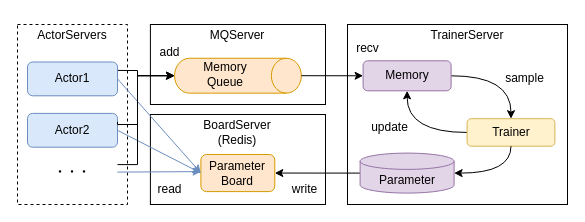
pocokhc/simple_distributed_rl keeps this draw.io diagram as page "distribution" (4 of 4) of diagrams/overview.drawio. Above is the earlier version. Source tidied: cells renumbered, new cells numbered last; positions are measured from the earlier drawing's top-left corner, leaving out a move shared by most shapes. Both pictures are drawn from the tidied source at 100%, with x=0, y=0 at pixel (17, 12).
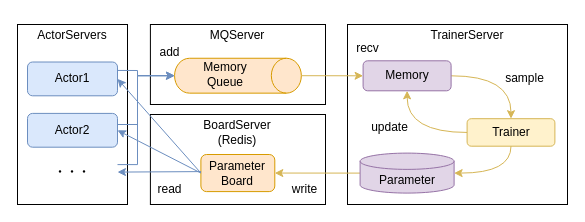
The same diagram, later.

Commit message (it also covers changes not shown here):
[diagrams] update: 微修正

The change refers to these unchanged cells:
```xml
<mxCell id="10" value="Parameter" style="shape=cylinder3;whiteSpace=wrap;html=1;boundedLbl=1;backgroundOutline=1;size=8.142857142857167;fillColor=#e1d5e7;strokeColor=#9673a6;" parent="1" vertex="1">
  <mxGeometry x="342.6" y="140.6" width="94" height="40" as="geometry" />
</mxCell>
<mxCell id="12" value="Memory" style="rounded=1;whiteSpace=wrap;html=1;fillColor=#e1d5e7;strokeColor=#9673a6;" parent="1" vertex="1">
  <mxGeometry x="345.6" y="48.3" width="88" height="30" as="geometry" />
</mxCell>
<mxCell id="13" value="Parameter&lt;br&gt;Board" style="rounded=1;whiteSpace=wrap;html=1;fillColor=#ffe6cc;strokeColor=#d79b00;" parent="1" vertex="1">
  <mxGeometry x="183.4" y="142" width="73.9" height="37.1" as="geometry" />
</mxCell>
<mxCell id="15" style="shape=cylinder3;whiteSpace=wrap;html=1;boundedLbl=1;backgroundOutline=1;size=15;rotation=90;fillColor=#ffe6cc;strokeColor=#d79b00;" parent="14" vertex="1">
  <mxGeometry x="46" y="-55.1" width="34.9" height="126.8" as="geometry" />
</mxCell>
<mxCell id="19" value="Actor1" style="rounded=1;whiteSpace=wrap;html=1;fillColor=#dae8fc;strokeColor=#6c8ebf;" parent="1" vertex="1">
  <mxGeometry x="10" y="49.5" width="90" height="33.8" as="geometry" />
</mxCell>
<mxCell id="20" value="Actor2" style="rounded=1;whiteSpace=wrap;html=1;fillColor=#dae8fc;strokeColor=#6c8ebf;" parent="1" vertex="1">
  <mxGeometry x="10" y="100.9" width="90" height="33.8" as="geometry" />
</mxCell>
<mxCell id="21" value="・・・" style="text;html=1;strokeColor=none;fillColor=none;align=center;verticalAlign=middle;whiteSpace=wrap;rounded=0;fontStyle=0;" parent="1" vertex="1">
  <mxGeometry x="10" y="144.6" width="90" height="30" as="geometry" />
</mxCell>
<mxCell id="27" value="Trainer" style="rounded=1;whiteSpace=wrap;html=1;fillColor=#fff2cc;strokeColor=#d6b656;" parent="1" vertex="1">
  <mxGeometry x="449.6" y="106.2" width="87.8" height="27.5" as="geometry" />
</mxCell>
```

What changed in the source:
```diff
@@
-    <mxCell id="3" style="rounded=0;whiteSpace=wrap;html=1;dashed=1;" parent="1" vertex="1">
+    <mxCell id="3" style="rounded=0;whiteSpace=wrap;html=1;" parent="1" vertex="1">
       <mxGeometry y="12" width="110" height="180" as="geometry" />
     </mxCell>
@@
-    <mxCell id="9" style="rounded=0;jettySize=auto;html=1;exitX=0;exitY=0.5;exitDx=0;exitDy=0;exitPerimeter=0;entryX=1;entryY=0.5;entryDx=0;entryDy=0;" parent="1" edge="1" source="10" target="13">
+    <mxCell id="9" style="rounded=0;jettySize=auto;html=1;exitX=0;exitY=0.5;exitDx=0;exitDy=0;exitPerimeter=0;entryX=1;entryY=0.5;entryDx=0;entryDy=0;fillColor=#fff2cc;strokeColor=#d6b656;" parent="1" edge="1" source="10" target="13">
       <mxGeometry relative="1" as="geometry" />
     </mxCell>
@@
-    <mxCell id="11" style="edgeStyle=orthogonalEdgeStyle;rounded=0;jettySize=auto;html=1;exitX=1;exitY=0.5;exitDx=0;exitDy=0;entryX=0.5;entryY=0;entryDx=0;entryDy=0;curved=1;" parent="1" edge="1" source="12" target="27">
+    <mxCell id="11" style="edgeStyle=orthogonalEdgeStyle;rounded=0;jettySize=auto;html=1;exitX=1;exitY=0.5;exitDx=0;exitDy=0;entryX=0.5;entryY=0;entryDx=0;entryDy=0;curved=1;fillColor=#fff2cc;strokeColor=#d6b656;" parent="1" edge="1" source="12" target="27">
       <mxGeometry relative="1" as="geometry" />
     </mxCell>
@@
-    <mxCell id="17" style="rounded=0;jettySize=auto;html=1;entryX=0.002;entryY=0.461;entryDx=0;entryDy=0;fillColor=#dae8fc;strokeColor=#6c8ebf;entryPerimeter=0;exitX=1;exitY=0.5;exitDx=0;exitDy=0;" parent="1" edge="1" source="21" target="13">
+    <mxCell id="17" style="rounded=0;jettySize=auto;html=1;entryX=0.002;entryY=0.461;entryDx=0;entryDy=0;fillColor=#dae8fc;strokeColor=#6c8ebf;entryPerimeter=0;exitX=1;exitY=0.5;exitDx=0;exitDy=0;startArrow=classic;startFill=1;endArrow=none;endFill=0;" parent="1" edge="1" source="21" target="13">
       <mxGeometry relative="1" as="geometry" />
     </mxCell>
-    <mxCell id="18" style="rounded=0;jettySize=auto;html=1;exitX=1;exitY=0.25;exitDx=0;exitDy=0;entryX=0.5;entryY=1;entryDx=0;entryDy=0;entryPerimeter=0;edgeStyle=orthogonalEdgeStyle;" parent="1" edge="1" source="19" target="15">
+    <mxCell id="18" style="rounded=0;jettySize=auto;html=1;exitX=1;exitY=0.25;exitDx=0;exitDy=0;entryX=0.5;entryY=1;entryDx=0;entryDy=0;entryPerimeter=0;edgeStyle=orthogonalEdgeStyle;fillColor=#dae8fc;strokeColor=#6c8ebf;" parent="1" edge="1" source="19" target="15">
       <mxGeometry relative="1" as="geometry">
         <Array as="points">
           <mxPoint x="120" y="58" />
           <mxPoint x="120" y="63" />
         </Array>
       </mxGeometry>
     </mxCell>
@@
-    <mxCell id="22" style="rounded=0;jettySize=auto;html=1;entryX=0;entryY=0.5;entryDx=0;entryDy=0;exitX=1;exitY=0.5;exitDx=0;exitDy=0;fillColor=#dae8fc;strokeColor=#6c8ebf;" parent="1" edge="1" source="19" target="13">
+    <mxCell id="22" style="rounded=0;jettySize=auto;html=1;entryX=0;entryY=0.5;entryDx=0;entryDy=0;exitX=1;exitY=0.5;exitDx=0;exitDy=0;fillColor=#dae8fc;strokeColor=#6c8ebf;startArrow=classic;startFill=1;endArrow=none;endFill=0;" parent="1" edge="1" source="19" target="13">
       <mxGeometry relative="1" as="geometry" />
     </mxCell>
-    <mxCell id="23" style="rounded=0;jettySize=auto;html=1;exitX=1;exitY=0.5;exitDx=0;exitDy=0;entryX=0;entryY=0.5;entryDx=0;entryDy=0;fillColor=#dae8fc;strokeColor=#6c8ebf;" parent="1" edge="1" source="20" target="13">
+    <mxCell id="23" style="rounded=0;jettySize=auto;html=1;exitX=1;exitY=0.5;exitDx=0;exitDy=0;entryX=0;entryY=0.5;entryDx=0;entryDy=0;fillColor=#dae8fc;strokeColor=#6c8ebf;startArrow=classic;startFill=1;endArrow=none;endFill=0;" parent="1" edge="1" source="20" target="13">
       <mxGeometry relative="1" as="geometry" />
     </mxCell>
-    <mxCell id="24" style="rounded=0;jettySize=auto;html=1;exitX=1;exitY=0.25;exitDx=0;exitDy=0;entryX=0.5;entryY=1;entryDx=0;entryDy=0;entryPerimeter=0;edgeStyle=orthogonalEdgeStyle;" parent="1" edge="1" source="20" target="15">
+    <mxCell id="24" style="rounded=0;jettySize=auto;html=1;exitX=1;exitY=0.25;exitDx=0;exitDy=0;entryX=0.5;entryY=1;entryDx=0;entryDy=0;entryPerimeter=0;edgeStyle=orthogonalEdgeStyle;fillColor=#dae8fc;strokeColor=#6c8ebf;" parent="1" edge="1" source="20" target="15">
       <mxGeometry relative="1" as="geometry">
         <Array as="points">
           <mxPoint x="100" y="112" />
           <mxPoint x="120" y="112" />
           <mxPoint x="120" y="63" />
         </Array>
       </mxGeometry>
     </mxCell>
-    <mxCell id="25" style="rounded=0;jettySize=auto;html=1;entryX=0.5;entryY=1;entryDx=0;entryDy=0;entryPerimeter=0;edgeStyle=orthogonalEdgeStyle;exitX=1;exitY=0.25;exitDx=0;exitDy=0;" parent="1" edge="1" source="21" target="15">
+    <mxCell id="25" style="rounded=0;jettySize=auto;html=1;entryX=0.5;entryY=1;entryDx=0;entryDy=0;entryPerimeter=0;edgeStyle=orthogonalEdgeStyle;exitX=1;exitY=0.25;exitDx=0;exitDy=0;fillColor=#dae8fc;strokeColor=#6c8ebf;" parent="1" edge="1" source="21" target="15">
       <mxGeometry relative="1" as="geometry">
         <Array as="points">
           <mxPoint x="120" y="152" />
           <mxPoint x="120" y="63" />
         </Array>
       </mxGeometry>
     </mxCell>
-    <mxCell id="26" style="edgeStyle=orthogonalEdgeStyle;rounded=0;jettySize=auto;html=1;exitX=0;exitY=0.5;exitDx=0;exitDy=0;entryX=0.5;entryY=1;entryDx=0;entryDy=0;curved=1;" parent="1" edge="1" source="27" target="12">
+    <mxCell id="26" style="edgeStyle=orthogonalEdgeStyle;rounded=0;jettySize=auto;html=1;exitX=0;exitY=0.5;exitDx=0;exitDy=0;entryX=0.5;entryY=1;entryDx=0;entryDy=0;curved=1;fillColor=#fff2cc;strokeColor=#d6b656;" parent="1" edge="1" source="27" target="12">
       <mxGeometry relative="1" as="geometry" />
     </mxCell>
@@
-    <mxCell id="28" style="rounded=0;jettySize=auto;html=1;entryX=0;entryY=0.5;entryDx=0;entryDy=0;exitX=0.5;exitY=0;exitDx=0;exitDy=0;exitPerimeter=0;" parent="1" edge="1" source="15" target="12">
+    <mxCell id="28" style="rounded=0;jettySize=auto;html=1;entryX=0;entryY=0.5;entryDx=0;entryDy=0;exitX=0.5;exitY=0;exitDx=0;exitDy=0;exitPerimeter=0;fillColor=#fff2cc;strokeColor=#d6b656;" parent="1" edge="1" source="15" target="12">
       <mxGeometry relative="1" as="geometry" />
     </mxCell>
-    <mxCell id="29" style="edgeStyle=orthogonalEdgeStyle;rounded=0;jettySize=auto;html=1;exitX=0.5;exitY=1;exitDx=0;exitDy=0;entryX=1;entryY=0.5;entryDx=0;entryDy=0;entryPerimeter=0;curved=1;" parent="1" edge="1" source="27" target="10">
+    <mxCell id="29" style="edgeStyle=orthogonalEdgeStyle;rounded=0;jettySize=auto;html=1;exitX=0.5;exitY=1;exitDx=0;exitDy=0;entryX=1;entryY=0.5;entryDx=0;entryDy=0;entryPerimeter=0;curved=1;fillColor=#fff2cc;strokeColor=#d6b656;" parent="1" edge="1" source="27" target="10">
       <mxGeometry relative="1" as="geometry" />
     </mxCell>
```
